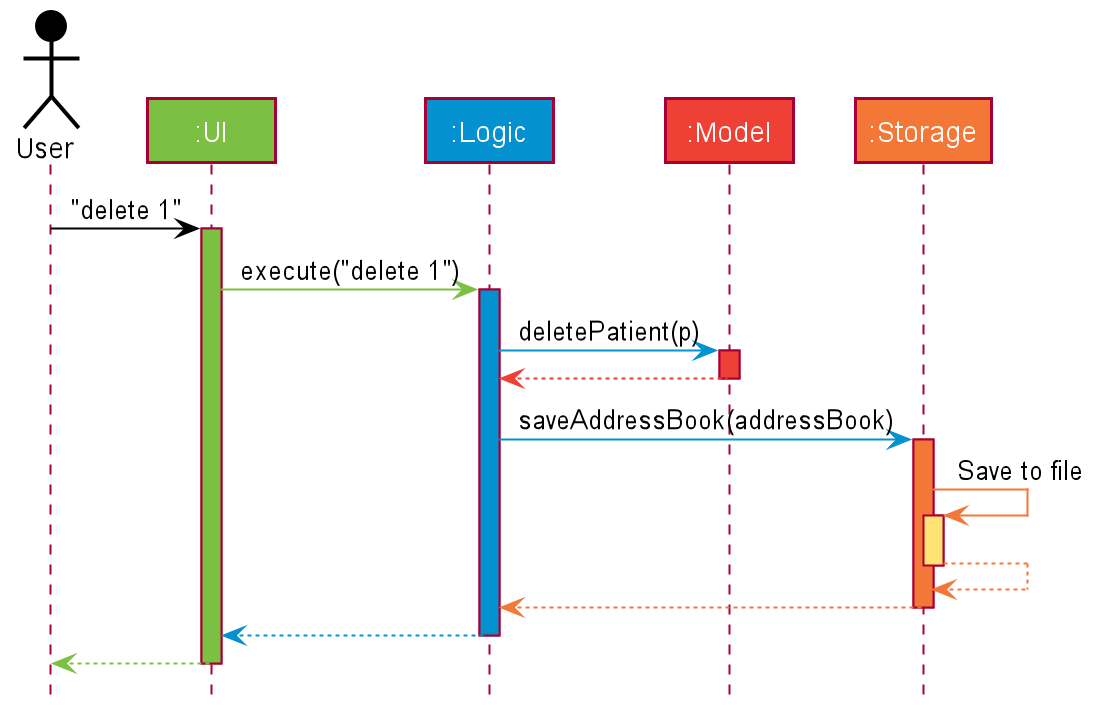
This is docs/images/UML_Diagrams/ArchitectureSequenceDiagram.png from nus-cs2103-AY2021S1/tp, a PlantUML export, as it was before one commit. Its diagram source:
```plantuml
@startuml








skinparam BackgroundColor #FFFFFFF

skinparam Shadowing false

skinparam Class {
    FontColor #FFFFFF
    BorderThickness 1
    BorderColor #FFFFFF
    StereotypeFontColor #FFFFFF
    FontName Arial
}

skinparam Actor {
    BorderColor #000000
    Color #000000
    FontName Arial
}

skinparam Sequence {
    MessageAlign center
    BoxFontSize 15
    BoxPadding 0
    BoxFontColor #FFFFFF
    FontName Arial
}

skinparam Participant {
    FontColor #FFFFFFF
    Padding 20
}

skinparam MinClassWidth 50
skinparam ParticipantPadding 10
skinparam Shadowing false
skinparam DefaultTextAlignment center
skinparam packageStyle Rectangle

hide footbox
hide members
hide circle

Actor User as user #000000
Participant ":UI" as ui #7bc043
Participant ":Logic" as logic #0392cf
Participant ":Model" as model #ee4035
Participant ":Storage" as storage #f37736

user -[#000000]> ui : "delete 1"
activate ui #7bc043

ui -[#7bc043]> logic : execute("delete 1")
activate logic #0392cf

logic -[#0392cf]> model : deletePatient(p)
activate model #ee4035

model -[#ee4035]-> logic
deactivate model

logic -[#0392cf]> storage : saveAddressBook(addressBook)
activate storage #f37736

storage -[#f37736]> storage : Save to file
activate storage #FFE374
storage --[#f37736]> storage
deactivate storage

storage --[#f37736]> logic
deactivate storage

logic --[#0392cf]> ui
deactivate logic

ui--[#7bc043]> user
deactivate ui
@enduml
```
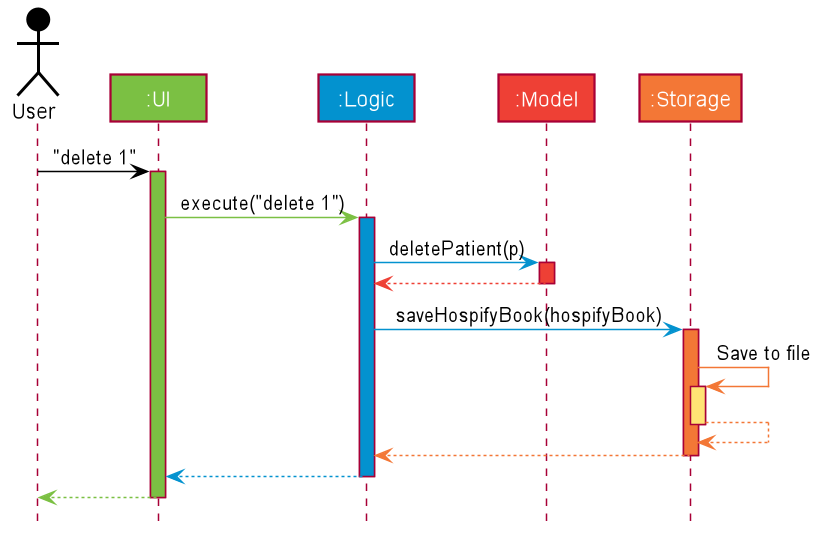
Above is the later version.

What changed in the source:
```diff
@@ -66,7 +66,7 @@
 model -[#ee4035]-> logic
 deactivate model
 
-logic -[#0392cf]> storage : saveAddressBook(addressBook)
+logic -[#0392cf]> storage : saveHospifyBook(hospifyBook)
 activate storage #f37736
 
 storage -[#f37736]> storage : Save to file
```
